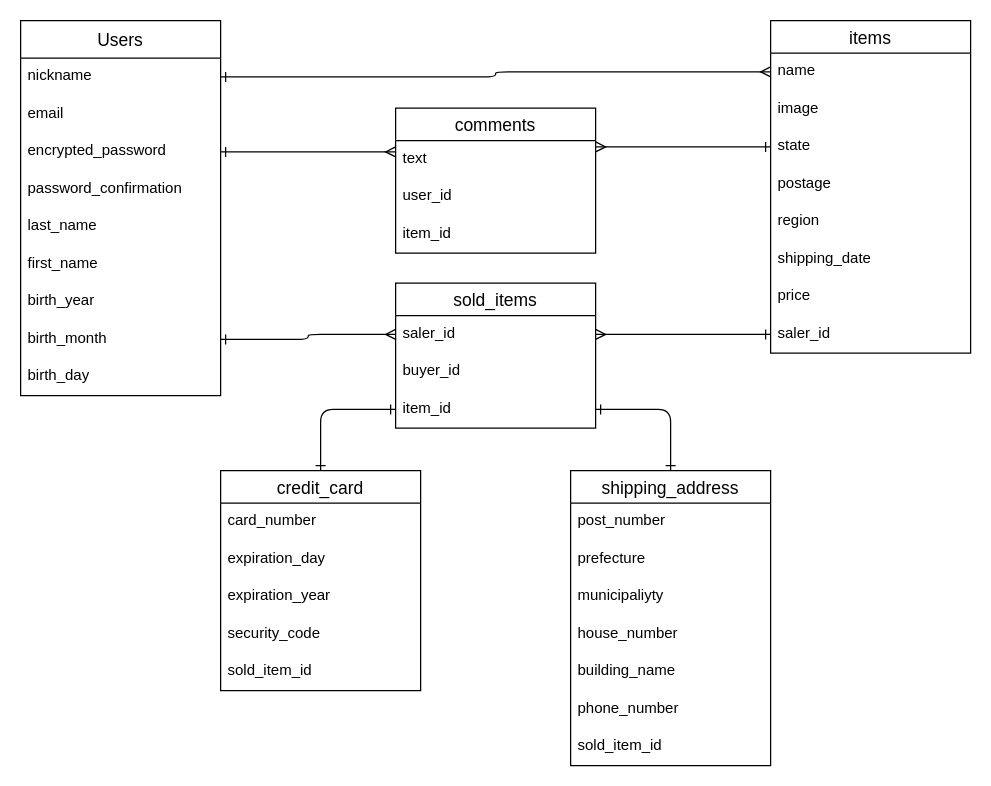
Earlier version of the draw.io diagram datebase.dio (Ta-ho113/furima-37211). Source tidied: cells renumbered, new cells numbered last; positions are measured from the earlier drawing's top-left corner, leaving out a move shared by most shapes. Both pictures are drawn from the tidied source at 125%, with x=0, y=0 at pixel (20, 20).
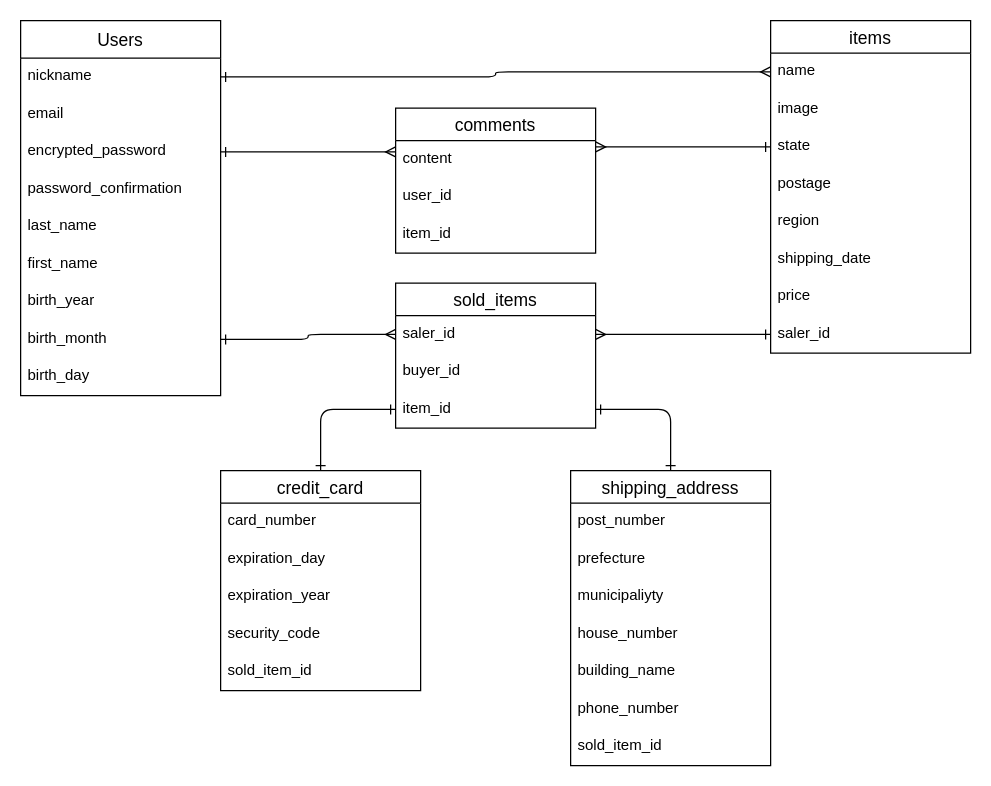
Above is the later version.

Commit message:
ER図作成　修正

The change refers to these unchanged cells:
```xml
<mxCell id="21" value="comments" style="swimlane;fontStyle=0;horizontal=1;startSize=26;align=center;fontSize=14;" parent="1" vertex="1">
  <mxGeometry x="300" y="70" width="160" height="116" as="geometry" />
</mxCell>
```

Diff of the diagram source:
```diff
@@
-    <mxCell id="22" value="text" style="text;strokeColor=none;fillColor=none;spacingLeft=4;spacingRight=4;overflow=hidden;fontSize=12;" parent="21" vertex="1">
+    <mxCell id="22" value="content" style="text;strokeColor=none;fillColor=none;spacingLeft=4;spacingRight=4;overflow=hidden;fontSize=12;" parent="21" vertex="1">
       <mxGeometry y="26" width="160" height="30" as="geometry" />
     </mxCell>
```
